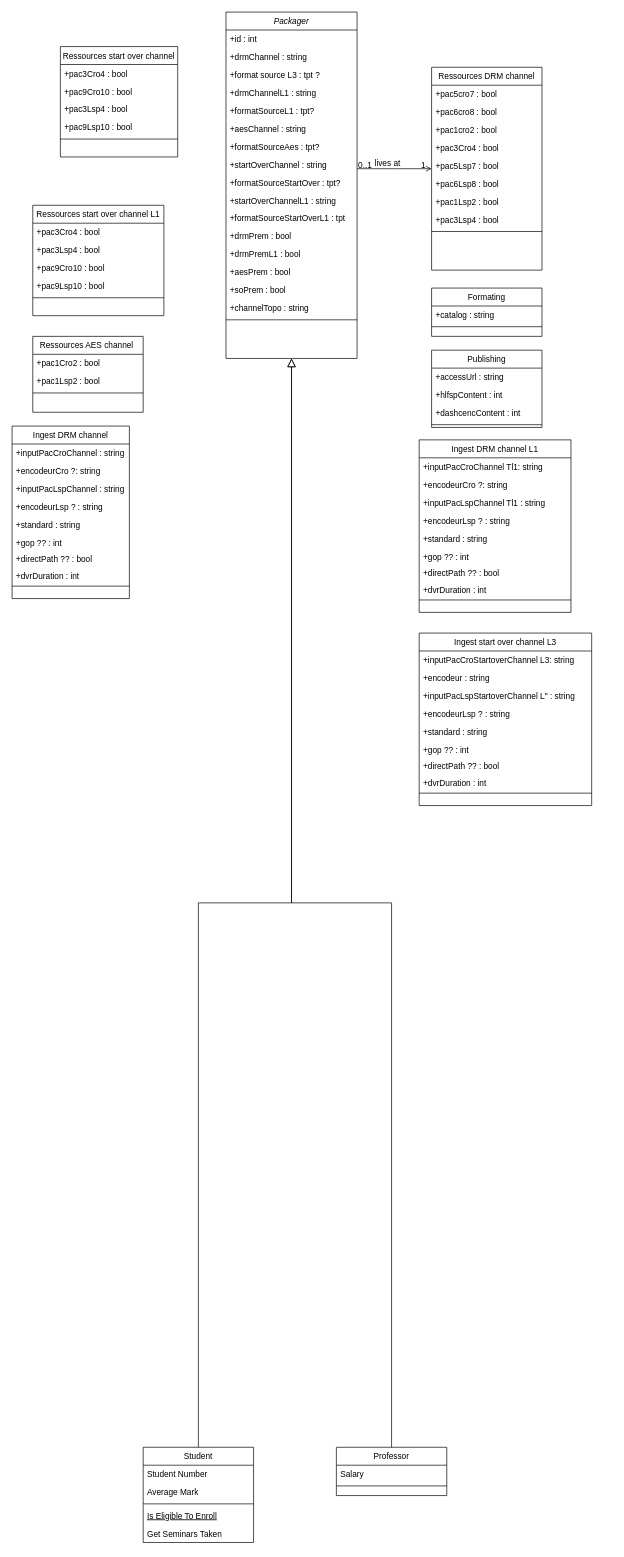
Amegbedji-Thais/api keeps this draw.io diagram as Diagramme sans nom.drawio. Above is the earlier version. Source tidied: cells renumbered, new cells numbered last; positions are measured from the earlier drawing's top-left corner, leaving out a move shared by most shapes. Both pictures are drawn from the tidied source at 69%, with x=0, y=0 at pixel (12, 12).
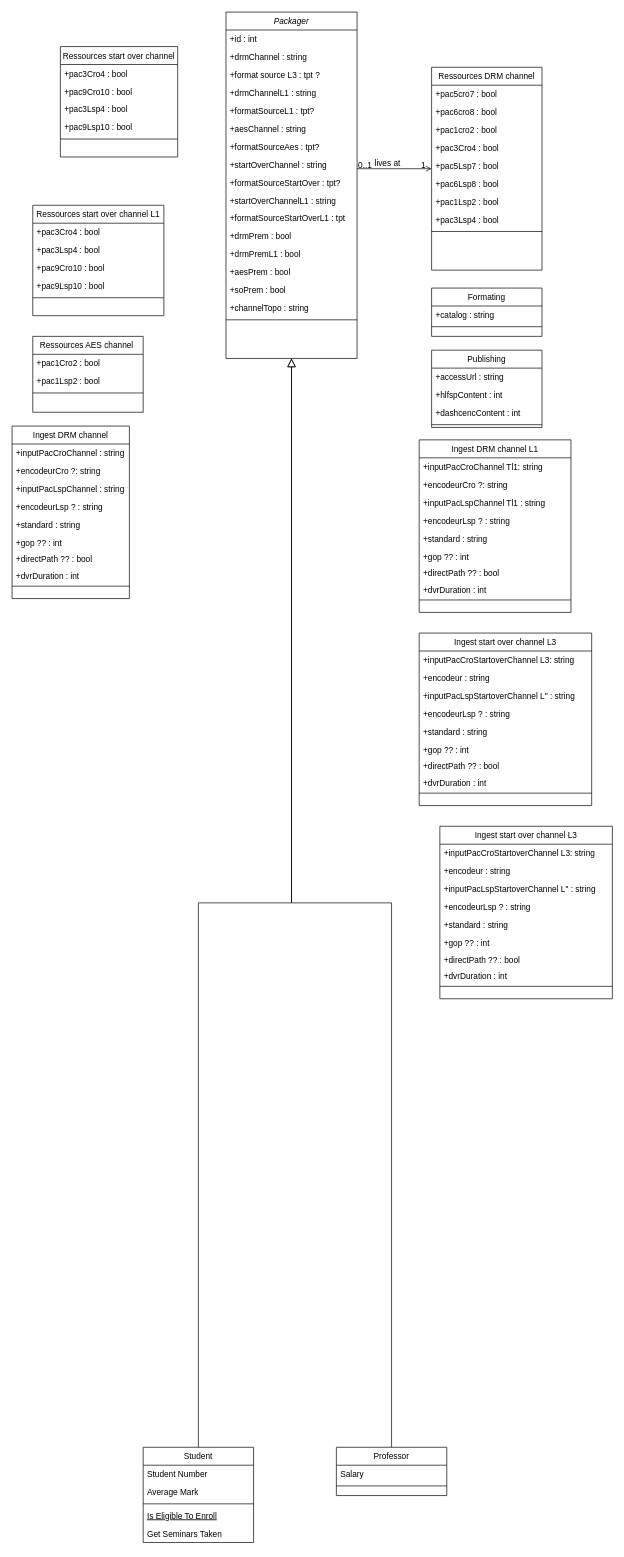
The same diagram, later.

Commit message (it also covers changes not shown here):
Packager MKP diagram.drawio

The edit, as a diff of the source:
```diff
@@
+    <mxCell id="99" value="Ingest start over channel L3" style="swimlane;fontStyle=0;align=center;verticalAlign=top;horizontal=1;startSize=26;rounded=0;shadow=0;strokeWidth=1;" parent="1" vertex="1">
+      <mxGeometry x="620" y="1180" width="250" height="250" as="geometry" />
+    </mxCell>
+    <mxCell id="100" value="+inputPacCroStartoverChannel L3: string" style="text;align=left;verticalAlign=top;spacingLeft=4;spacingRight=4;overflow=hidden;" parent="99" vertex="1">
+      <mxGeometry y="26" width="250" height="26" as="geometry" />
+    </mxCell>
+    <mxCell id="101" value="+encodeur : string" style="text;align=left;verticalAlign=top;spacingLeft=4;spacingRight=4;overflow=hidden;rounded=0;shadow=0;html=0;" parent="99" vertex="1">
+      <mxGeometry y="52" width="250" height="26" as="geometry" />
+    </mxCell>
+    <mxCell id="102" value="+inputPacLspStartoverChannel L&quot; : string" style="text;align=left;verticalAlign=top;spacingLeft=4;spacingRight=4;overflow=hidden;rounded=0;shadow=0;html=0;" parent="99" vertex="1">
+      <mxGeometry y="78" width="250" height="26" as="geometry" />
+    </mxCell>
+    <mxCell id="103" value="+encodeurLsp ? : string" style="text;align=left;verticalAlign=top;spacingLeft=4;spacingRight=4;overflow=hidden;rounded=0;shadow=0;html=0;" parent="99" vertex="1">
+      <mxGeometry y="104" width="250" height="26" as="geometry" />
+    </mxCell>
+    <mxCell id="104" value="+standard : string" style="text;align=left;verticalAlign=top;spacingLeft=4;spacingRight=4;overflow=hidden;rounded=0;shadow=0;html=0;" parent="99" vertex="1">
+      <mxGeometry y="130" width="250" height="26" as="geometry" />
+    </mxCell>
+    <mxCell id="105" value="+gop ?? : int" style="text;align=left;verticalAlign=top;spacingLeft=4;spacingRight=4;overflow=hidden;rounded=0;shadow=0;html=0;" parent="99" vertex="1">
+      <mxGeometry y="156" width="250" height="24" as="geometry" />
+    </mxCell>
+    <mxCell id="106" value="+directPath ?? : bool" style="text;align=left;verticalAlign=top;spacingLeft=4;spacingRight=4;overflow=hidden;rounded=0;shadow=0;html=0;" parent="99" vertex="1">
+      <mxGeometry y="180" width="250" height="24" as="geometry" />
+    </mxCell>
+    <mxCell id="107" value="+dvrDuration : int" style="text;align=left;verticalAlign=top;spacingLeft=4;spacingRight=4;overflow=hidden;rounded=0;shadow=0;html=0;" parent="99" vertex="1">
+      <mxGeometry y="204" width="250" height="24" as="geometry" />
+    </mxCell>
+    <mxCell id="108" style="line;html=1;strokeWidth=1;align=left;verticalAlign=middle;spacingTop=-1;spacingLeft=3;spacingRight=3;labelPosition=right;" parent="99" vertex="1">
+      <mxGeometry y="228" width="250" height="8" as="geometry" />
+    </mxCell>
```
